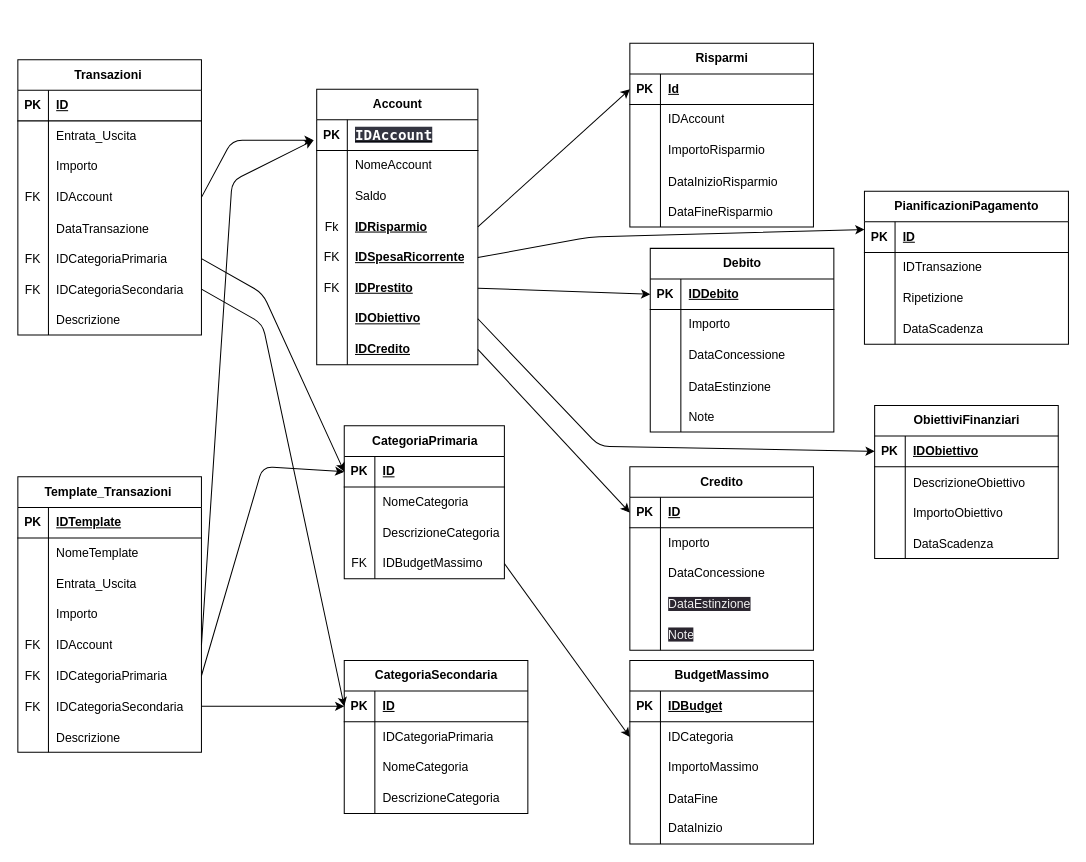
Before: INFO/Cas_Flow_Web_ER.drawio in Giosc4/CashFlowWeb, a draw.io diagram. Source tidied: cells renumbered, new cells numbered last; positions are measured from the earlier drawing's top-left corner, leaving out a move shared by most shapes. Both pictures are drawn from the tidied source at 102%, with x=0, y=0 at pixel (17, 43).
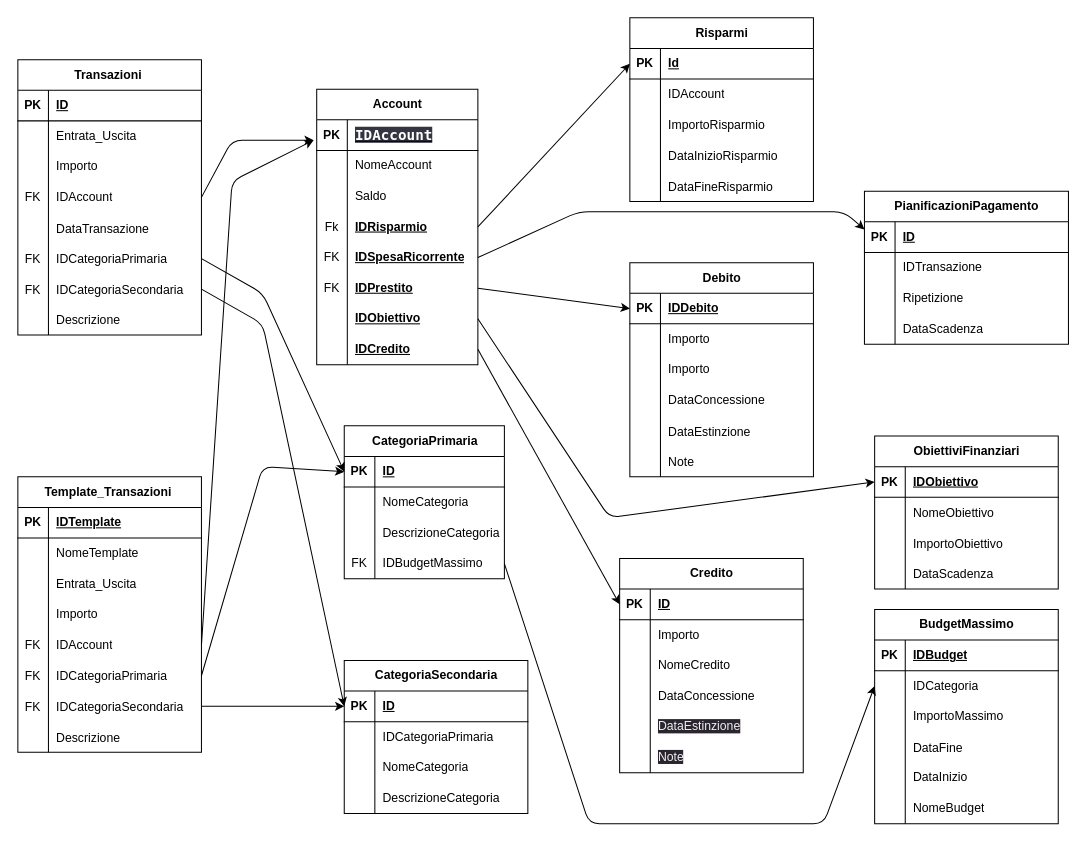
The same diagram, later.

The change refers to these unchanged cells:
```xml
<mxCell id="40" style="shape=tableRow;horizontal=0;startSize=0;swimlaneHead=0;swimlaneBody=0;fillColor=none;points=[[0,0.5],[1,0.5]];portConstraint=eastwest;top=0;left=0;right=0;bottom=0;" parent="27" vertex="1">
  <mxGeometry y="150" width="158" height="30" as="geometry" />
</mxCell>
<mxCell id="46" style="shape=tableRow;horizontal=0;startSize=0;swimlaneHead=0;swimlaneBody=0;fillColor=none;points=[[0,0.5],[1,0.5]];portConstraint=eastwest;top=0;left=0;right=0;bottom=0;" parent="27" vertex="1">
  <mxGeometry y="210" width="158" height="30" as="geometry" />
</mxCell>
<mxCell id="62" style="shape=tableRow;horizontal=0;startSize=0;swimlaneHead=0;swimlaneBody=0;fillColor=none;points=[[0,0.5],[1,0.5]];portConstraint=eastwest;top=0;left=0;right=0;bottom=0;" parent="52" vertex="1">
  <mxGeometry y="120" width="157" height="30" as="geometry" />
</mxCell>
<mxCell id="82" style="shape=tableRow;horizontal=0;startSize=0;swimlaneHead=0;swimlaneBody=0;fillColor=none;points=[[0,0.5],[1,0.5]];portConstraint=eastwest;top=0;left=0;right=0;bottom=0;" parent="78" vertex="1">
  <mxGeometry y="60" width="180" height="30" as="geometry" />
</mxCell>
<mxCell id="126" value="PianificazioniPagamento" style="shape=table;startSize=30;childLayout=tableLayout;rowLines=0;fontStyle=1;align=center;html=1;" parent="1" vertex="1">
  <mxGeometry x="830" y="145" width="200" height="150" as="geometry" />
</mxCell>
<mxCell id="140" style="shape=tableRow;horizontal=0;startSize=0;swimlaneHead=0;swimlaneBody=0;fillColor=none;points=[[0,0.5],[1,0.5]];portConstraint=eastwest;top=0;left=0;right=0;bottom=1;" parent="139" vertex="1">
  <mxGeometry y="30" width="180" height="30" as="geometry" />
</mxCell>
<mxCell id="143" style="shape=tableRow;horizontal=0;startSize=0;swimlaneHead=0;swimlaneBody=0;fillColor=none;top=0;left=0;right=0;bottom=0;" parent="139" vertex="1">
  <mxGeometry y="60" width="180" height="30" as="geometry" />
</mxCell>
```

Change to the diagram source:
```diff
@@
     <mxCell id="78" value="BudgetMassimo" style="shape=table;startSize=30;childLayout=tableLayout;rowLines=0;fontStyle=1;align=center;html=1;" parent="1" vertex="1">
-      <mxGeometry x="600" y="605" width="180" height="180" as="geometry" />
+      <mxGeometry x="840" y="555" width="180" height="210" as="geometry" />
     </mxCell>
@@
+    <mxCell id="205" style="shape=tableRow;horizontal=0;startSize=0;swimlaneHead=0;swimlaneBody=0;fillColor=none;top=0;left=0;right=0;bottom=0;" parent="78" vertex="1">
+      <mxGeometry y="180" width="180" height="30" as="geometry" />
+    </mxCell>
+    <mxCell id="206" style="shape=partialRectangle;fillColor=none;top=0;left=0;bottom=0;right=0;overflow=hidden;whiteSpace=wrap;html=1;" parent="205" vertex="1">
+      <mxGeometry width="30" height="30" as="geometry" />
+    </mxCell>
+    <mxCell id="207" value="NomeBudget" style="shape=partialRectangle;fillColor=none;top=0;left=0;bottom=0;right=0;align=left;spacingLeft=6;overflow=hidden;whiteSpace=wrap;html=1;" parent="205" vertex="1">
+      <mxGeometry x="30" width="150" height="30" as="geometry" />
+    </mxCell>
     <mxCell id="94" value="Risparmi" style="shape=table;startSize=30;childLayout=tableLayout;rowLines=0;fontStyle=1;align=center;html=1;" parent="1" vertex="1">
-      <mxGeometry x="600" width="180" height="180" as="geometry" />
+      <mxGeometry x="600" y="-25" width="180" height="180" as="geometry" />
     </mxCell>
@@
     <mxCell id="110" value="Debito" style="shape=table;startSize=30;childLayout=tableLayout;rowLines=0;fontStyle=1;align=center;html=1;" parent="1" vertex="1">
-      <mxGeometry x="620" y="201" width="180" height="180" as="geometry" />
+      <mxGeometry x="600" y="215" width="180" height="210" as="geometry" />
     </mxCell>
@@
+    <mxCell id="208" style="shape=tableRow;horizontal=0;startSize=0;swimlaneHead=0;swimlaneBody=0;fillColor=none;top=0;left=0;right=0;bottom=0;" parent="110" vertex="1">
+      <mxGeometry y="90" width="180" height="30" as="geometry" />
+    </mxCell>
+    <mxCell id="209" style="shape=partialRectangle;fillColor=none;top=0;left=0;bottom=0;right=0;overflow=hidden;whiteSpace=wrap;html=1;" parent="208" vertex="1">
+      <mxGeometry width="30" height="30" as="geometry" />
+    </mxCell>
+    <mxCell id="210" value="Importo" style="shape=partialRectangle;fillColor=none;top=0;left=0;bottom=0;right=0;align=left;spacingLeft=6;overflow=hidden;whiteSpace=wrap;html=1;" parent="208" vertex="1">
+      <mxGeometry x="30" width="150" height="30" as="geometry" />
+    </mxCell>
     <mxCell id="117" style="shape=tableRow;horizontal=0;startSize=0;swimlaneHead=0;swimlaneBody=0;fillColor=none;top=0;left=0;right=0;bottom=0;" parent="110" vertex="1">
-      <mxGeometry y="90" width="180" height="30" as="geometry" />
+      <mxGeometry y="120" width="180" height="30" as="geometry" />
     </mxCell>
@@
     <mxCell id="120" style="shape=tableRow;horizontal=0;startSize=0;swimlaneHead=0;swimlaneBody=0;fillColor=none;top=0;left=0;right=0;bottom=0;" parent="110" vertex="1">
-      <mxGeometry y="120" width="180" height="30" as="geometry" />
+      <mxGeometry y="150" width="180" height="30" as="geometry" />
     </mxCell>
@@
     <mxCell id="123" style="shape=tableRow;horizontal=0;startSize=0;swimlaneHead=0;swimlaneBody=0;fillColor=none;top=0;left=0;right=0;bottom=0;" parent="110" vertex="1">
-      <mxGeometry y="150" width="180" height="30" as="geometry" />
+      <mxGeometry y="180" width="180" height="30" as="geometry" />
     </mxCell>
@@
     <mxCell id="139" value="ObiettiviFinanziari" style="shape=table;startSize=30;childLayout=tableLayout;rowLines=0;fontStyle=1;align=center;html=1;" parent="1" vertex="1">
-      <mxGeometry x="840" y="355" width="180" height="150" as="geometry" />
+      <mxGeometry x="840" y="385" width="180" height="150" as="geometry" />
     </mxCell>
@@
-    <mxCell id="145" value="DescrizioneObiettivo" style="shape=partialRectangle;fillColor=none;top=0;left=0;bottom=0;right=0;align=left;spacingLeft=6;overflow=hidden;" parent="143" vertex="1">
+    <mxCell id="145" value="NomeObiettivo" style="shape=partialRectangle;fillColor=none;top=0;left=0;bottom=0;right=0;align=left;spacingLeft=6;overflow=hidden;" parent="143" vertex="1">
       <mxGeometry x="30" width="150" height="30" as="geometry" />
     </mxCell>
@@
     <mxCell id="152" style="endArrow=classic;html=1;entryX=0;entryY=0.5;entryDx=0;entryDy=0;exitX=1;exitY=0.5;exitDx=0;exitDy=0;" parent="1" edge="1" source="62" target="82">
-      <mxGeometry relative="1" as="geometry" />
+      <mxGeometry relative="1" as="geometry">
+        <Array as="points">
+          <mxPoint x="560" y="765" />
+          <mxPoint x="790" y="765" />
+        </Array>
+      </mxGeometry>
     </mxCell>
@@
     <mxCell id="156" style="edgeStyle=none;html=1;entryX=0;entryY=0.25;entryDx=0;entryDy=0;exitX=1;exitY=0.5;exitDx=0;exitDy=0;" parent="1" edge="1" source="40" target="126">
       <mxGeometry relative="1" as="geometry">
         <Array as="points">
-          <mxPoint x="560" y="190" />
+          <mxPoint x="550" y="165" />
+          <mxPoint x="810" y="165" />
         </Array>
       </mxGeometry>
     </mxCell>
@@
     <mxCell id="159" style="edgeStyle=none;html=1;entryX=0;entryY=0.5;entryDx=0;entryDy=0;exitX=1;exitY=0.5;exitDx=0;exitDy=0;" parent="1" edge="1" source="46" target="140">
       <mxGeometry relative="1" as="geometry">
         <Array as="points">
-          <mxPoint x="570" y="395" />
+          <mxPoint x="580" y="465" />
         </Array>
       </mxGeometry>
     </mxCell>
     <mxCell id="160" value="Credito" style="shape=table;startSize=30;childLayout=tableLayout;rowLines=0;fontStyle=1;align=center;html=1;" parent="1" vertex="1">
-      <mxGeometry x="600" y="415" width="180" height="180" as="geometry" />
+      <mxGeometry x="590" y="505" width="180" height="210" as="geometry" />
     </mxCell>
@@
+    <mxCell id="211" style="shape=tableRow;horizontal=0;startSize=0;swimlaneHead=0;swimlaneBody=0;fillColor=none;top=0;left=0;right=0;bottom=0;" parent="160" vertex="1">
+      <mxGeometry y="90" width="180" height="30" as="geometry" />
+    </mxCell>
+    <mxCell id="212" style="shape=partialRectangle;fillColor=none;top=0;left=0;bottom=0;right=0;overflow=hidden;whiteSpace=wrap;html=1;" parent="211" vertex="1">
+      <mxGeometry width="30" height="30" as="geometry" />
+    </mxCell>
+    <mxCell id="213" value="NomeCredito" style="shape=partialRectangle;fillColor=none;top=0;left=0;bottom=0;right=0;align=left;spacingLeft=6;overflow=hidden;whiteSpace=wrap;html=1;" parent="211" vertex="1">
+      <mxGeometry x="30" width="150" height="30" as="geometry" />
+    </mxCell>
     <mxCell id="167" style="shape=tableRow;horizontal=0;startSize=0;swimlaneHead=0;swimlaneBody=0;fillColor=none;top=0;left=0;right=0;bottom=0;" parent="160" vertex="1">
-      <mxGeometry y="90" width="180" height="30" as="geometry" />
+      <mxGeometry y="120" width="180" height="30" as="geometry" />
     </mxCell>
@@
     <mxCell id="170" style="shape=tableRow;horizontal=0;startSize=0;swimlaneHead=0;swimlaneBody=0;fillColor=none;top=0;left=0;right=0;bottom=0;" parent="160" vertex="1">
-      <mxGeometry y="120" width="180" height="30" as="geometry" />
+      <mxGeometry y="150" width="180" height="30" as="geometry" />
     </mxCell>
@@
     <mxCell id="173" style="shape=tableRow;horizontal=0;startSize=0;swimlaneHead=0;swimlaneBody=0;fillColor=none;top=0;left=0;right=0;bottom=0;" parent="160" vertex="1">
-      <mxGeometry y="150" width="180" height="30" as="geometry" />
+      <mxGeometry y="180" width="180" height="30" as="geometry" />
     </mxCell>
```
